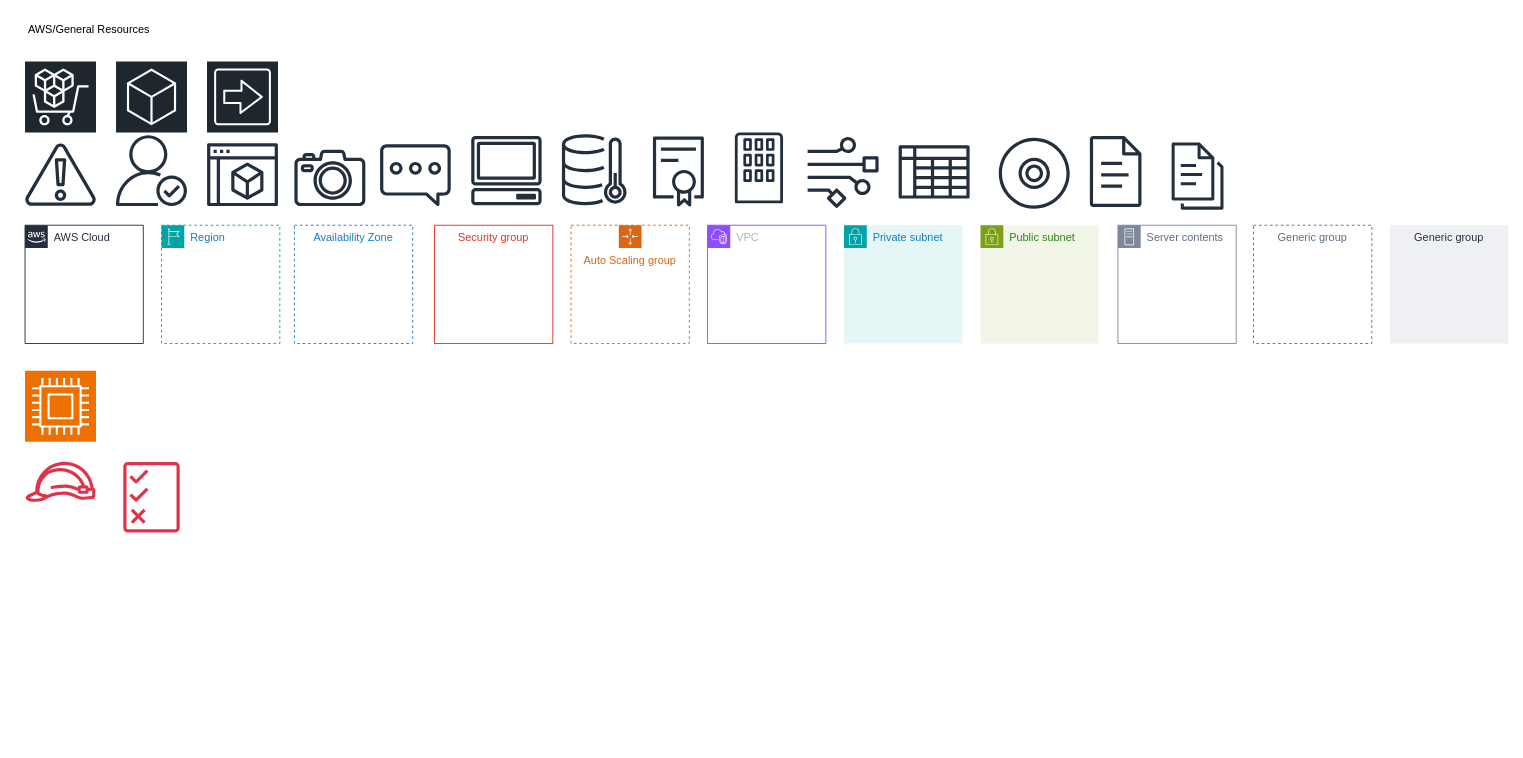
Before: 027.test-drawio/src/aws-template.drawio in kohei39san/mystudy-handson, a draw.io diagram. Source tidied: cells renumbered, new cells numbered last; positions are measured from the earlier drawing's top-left corner, leaving out a move shared by most shapes. Both pictures are drawn from the tidied source at 91%, with x=0, y=0 at pixel (15, 15).
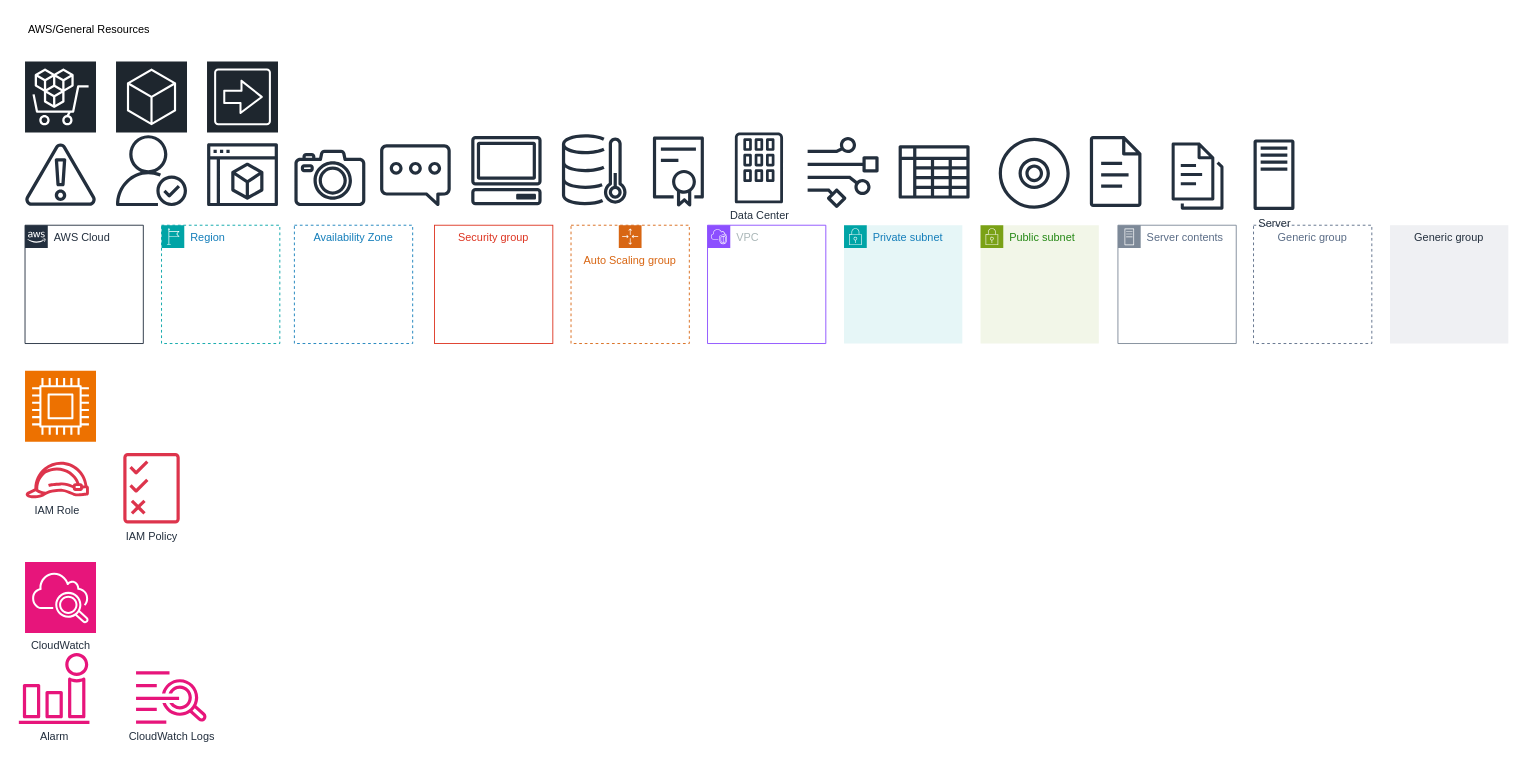
The same page after the edit.

Commit message:
Update AWS diagram in drawio format with resource name additions and layout adjustments

What changed in the source:
```diff
@@
-    <mxCell id="14" style="sketch=0;fontColor=#232F3E;gradientColor=none;fillColor=#232F3D;strokeColor=none;dashed=0;verticalLabelPosition=bottom;verticalAlign=top;align=center;html=1;fontSize=12;fontStyle=0;shape=mxgraph.aws4.corporate_data_center;" parent="1" vertex="1">
+    <mxCell id="14" value="Data Center" style="sketch=0;fontColor=#232F3E;gradientColor=none;fillColor=#232F3D;strokeColor=none;dashed=0;verticalLabelPosition=bottom;verticalAlign=top;align=center;html=1;fontSize=12;fontStyle=0;shape=mxgraph.aws4.corporate_data_center;" parent="1" vertex="1">
       <mxGeometry x="790" y="128" width="53" height="78" as="geometry" />
     </mxCell>
@@
-    <mxCell id="32" style="sketch=0;fontColor=#232F3E;gradientColor=none;fillColor=#DD344C;strokeColor=none;dashed=0;verticalLabelPosition=bottom;verticalAlign=top;align=center;html=1;fontSize=12;fontStyle=0;shape=mxgraph.aws4.role;" parent="1" vertex="1">
-      <mxGeometry x="10" y="490" width="78" height="44" as="geometry" />
+    <mxCell id="32" value="IAM Role" style="sketch=0;fontColor=#232F3E;gradientColor=none;fillColor=#DD344C;strokeColor=none;dashed=0;verticalLabelPosition=bottom;verticalAlign=top;align=center;html=1;fontSize=12;fontStyle=0;shape=mxgraph.aws4.role;" parent="1" vertex="1">
+      <mxGeometry x="10" y="490" width="70.9" height="40" as="geometry" />
     </mxCell>
-    <mxCell id="33" style="sketch=0;fontColor=#232F3E;gradientColor=none;fillColor=#DD344C;strokeColor=none;dashed=0;verticalLabelPosition=bottom;verticalAlign=top;align=center;html=1;fontSize=12;fontStyle=0;shape=mxgraph.aws4.permissions;" parent="1" vertex="1">
-      <mxGeometry x="118" y="490" width="62" height="78" as="geometry" />
+    <mxCell id="33" value="IAM Policy" style="sketch=0;fontColor=#232F3E;gradientColor=none;fillColor=#DD344C;strokeColor=none;dashed=0;verticalLabelPosition=bottom;verticalAlign=top;align=center;html=1;fontSize=12;fontStyle=0;shape=mxgraph.aws4.permissions;" parent="1" vertex="1">
+      <mxGeometry x="118" y="480" width="62" height="78" as="geometry" />
     </mxCell>
+    <mxCell id="34" value="CloudWatch" style="sketch=0;fontColor=#232F3E;fillColor=#E7157B;strokeColor=#ffffff;dashed=0;verticalLabelPosition=bottom;verticalAlign=top;align=center;html=1;fontSize=12;fontStyle=0;shape=mxgraph.aws4.resourceIcon;resIcon=mxgraph.aws4.cloudwatch_2;" parent="1" vertex="1">
+      <mxGeometry x="10" y="600" width="78" height="78" as="geometry" />
+    </mxCell>
+    <mxCell id="35" value="Alarm" style="sketch=0;fontColor=#232F3E;gradientColor=none;fillColor=#E7157B;strokeColor=none;dashed=0;verticalLabelPosition=bottom;verticalAlign=top;align=center;html=1;fontSize=12;fontStyle=0;shape=mxgraph.aws4.alarm;" parent="1" vertex="1">
+      <mxGeometry x="3" y="700" width="78" height="78" as="geometry" />
+    </mxCell>
+    <mxCell id="36" value="CloudWatch Logs" style="sketch=0;fontColor=#232F3E;gradientColor=none;fillColor=#E7157B;strokeColor=none;dashed=0;verticalLabelPosition=bottom;verticalAlign=top;align=center;html=1;fontSize=12;fontStyle=0;shape=mxgraph.aws4.cloudwatch_logs;" parent="1" vertex="1">
+      <mxGeometry x="132" y="720" width="78" height="58" as="geometry" />
+    </mxCell>
+    <mxCell id="37" value="Server" style="sketch=0;fontColor=#232F3E;gradientColor=none;fillColor=#232F3D;strokeColor=none;dashed=0;verticalLabelPosition=bottom;verticalAlign=top;align=center;html=1;fontSize=12;fontStyle=0;shape=mxgraph.aws4.traditional_server;" parent="1" vertex="1">
+      <mxGeometry x="1360" y="135.5" width="45" height="78" as="geometry" />
+    </mxCell>
```
